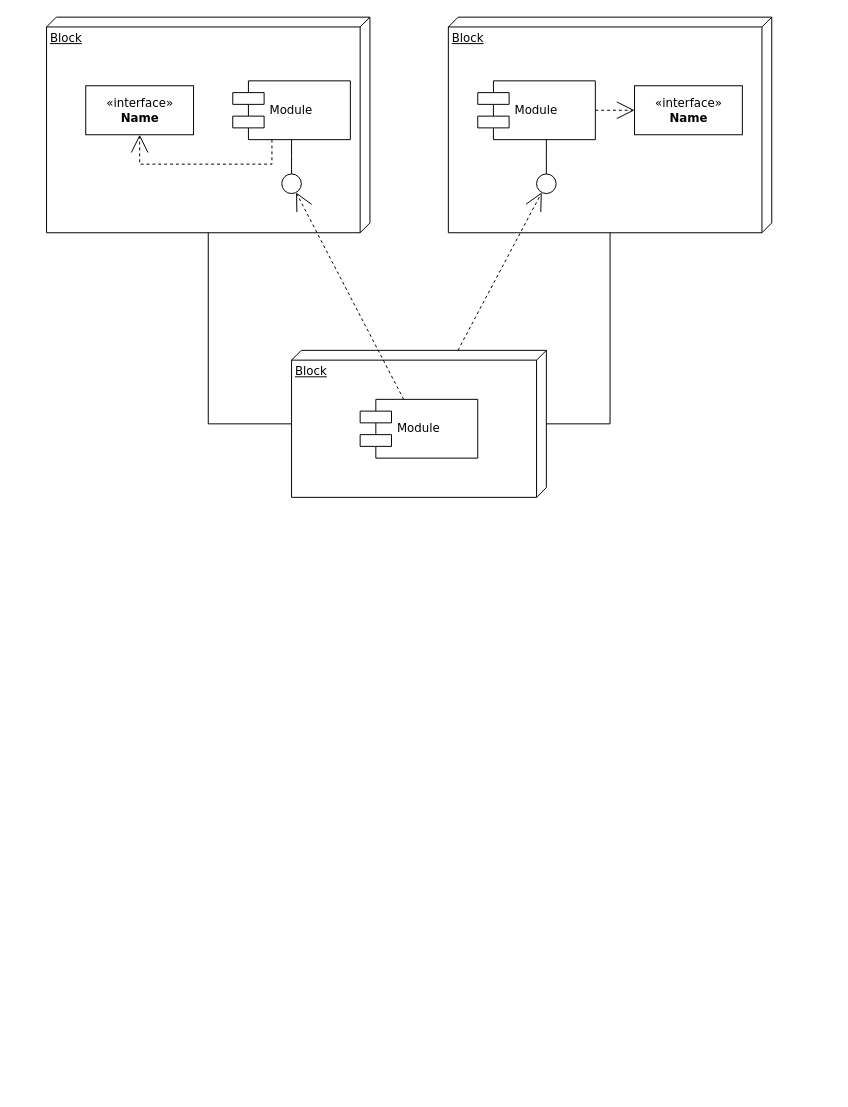
Above: Best Practice/monorepo-component-diagram.drawio in fadlurahmanfdev/draw_io (draw.io), before the change. Source tidied: cells renumbered, new cells numbered last; positions are measured from the earlier drawing's top-left corner, leaving out a move shared by most shapes. Both pictures are drawn from the tidied source at 98%, with x=0, y=0 at pixel (46, 17).
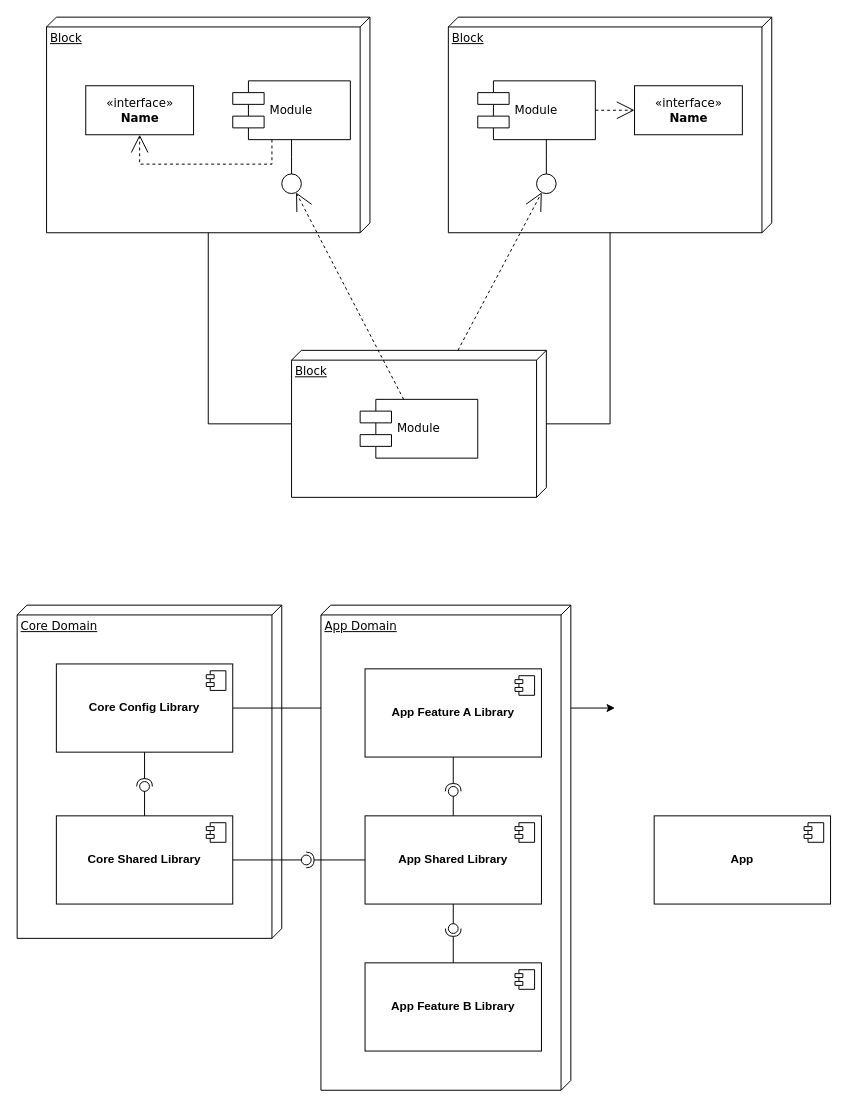
Above is the later version.

Change to the diagram source:
```diff
@@
+    <mxCell id="20" value="Core Domain" style="verticalAlign=top;align=left;spacingTop=8;spacingLeft=2;spacingRight=12;shape=cube;size=10;direction=south;fontStyle=4;html=1;rounded=0;shadow=0;comic=0;labelBackgroundColor=none;strokeWidth=1;fontFamily=Verdana;fontSize=12;" parent="1" vertex="1">
+      <mxGeometry x="-30" y="600" width="270" height="340" as="geometry" />
+    </mxCell>
@@
+    <mxCell id="21" style="edgeStyle=orthogonalEdgeStyle;rounded=0;jettySize=auto;html=1;" parent="1" edge="1" source="22">
+      <mxGeometry relative="1" as="geometry">
+        <mxPoint x="580" y="705" as="targetPoint" />
+      </mxGeometry>
+    </mxCell>
+    <mxCell id="22" value="&lt;b&gt;Core Config Library&lt;/b&gt;" style="html=1;whiteSpace=wrap;" parent="1" vertex="1">
+      <mxGeometry x="10" y="660" width="180" height="90" as="geometry" />
+    </mxCell>
+    <mxCell id="23" style="shape=module;jettyWidth=8;jettyHeight=4;" parent="22" vertex="1">
+      <mxGeometry x="1" width="20" height="20" relative="1" as="geometry">
+        <mxPoint x="-27" y="7" as="offset" />
+      </mxGeometry>
+    </mxCell>
+    <mxCell id="24" value="&lt;b&gt;Core Shared Library&lt;/b&gt;" style="html=1;whiteSpace=wrap;" parent="1" vertex="1">
+      <mxGeometry x="10" y="815" width="180" height="90" as="geometry" />
+    </mxCell>
+    <mxCell id="25" style="shape=module;jettyWidth=8;jettyHeight=4;" parent="24" vertex="1">
+      <mxGeometry x="1" width="20" height="20" relative="1" as="geometry">
+        <mxPoint x="-27" y="7" as="offset" />
+      </mxGeometry>
+    </mxCell>
+    <mxCell id="26" style="rounded=0;jettySize=auto;html=1;endArrow=halfCircle;endFill=0;endSize=6;strokeWidth=1;sketch=0;exitX=0.5;exitY=1;exitDx=0;exitDy=0;" parent="1" edge="1" source="22" target="28">
+      <mxGeometry relative="1" as="geometry" />
+    </mxCell>
+    <mxCell id="27" style="rounded=0;jettySize=auto;html=1;endArrow=oval;endFill=0;sketch=0;sourcePerimeterSpacing=0;targetPerimeterSpacing=0;endSize=10;exitX=0.5;exitY=0;exitDx=0;exitDy=0;" parent="1" edge="1" source="24" target="28">
+      <mxGeometry relative="1" as="geometry" />
+    </mxCell>
+    <mxCell id="28" style="ellipse;whiteSpace=wrap;html=1;align=center;fillColor=none;strokeColor=none;perimeter=centerPerimeter;points=[];outlineConnect=1;rotation=-90;" parent="1" vertex="1">
+      <mxGeometry x="95" y="780" width="10" height="10" as="geometry" />
+    </mxCell>
+    <mxCell id="29" style="ellipse;whiteSpace=wrap;html=1;align=center;fillColor=none;strokeColor=none;perimeter=centerPerimeter;points=[];outlineConnect=1;" parent="1" vertex="1">
+      <mxGeometry x="260" y="855" width="10" height="10" as="geometry" />
+    </mxCell>
+    <mxCell id="30" value="App Domain" style="verticalAlign=top;align=left;spacingTop=8;spacingLeft=2;spacingRight=12;shape=cube;size=10;direction=south;fontStyle=4;html=1;rounded=0;shadow=0;comic=0;labelBackgroundColor=none;strokeWidth=1;fontFamily=Verdana;fontSize=12;" parent="1" vertex="1">
+      <mxGeometry x="280" y="600" width="255" height="495" as="geometry" />
+    </mxCell>
+    <mxCell id="31" value="&lt;b&gt;App Feature A Library&lt;/b&gt;" style="html=1;whiteSpace=wrap;" parent="1" vertex="1">
+      <mxGeometry x="325" y="665" width="180" height="90" as="geometry" />
+    </mxCell>
+    <mxCell id="32" style="shape=module;jettyWidth=8;jettyHeight=4;" parent="31" vertex="1">
+      <mxGeometry x="1" width="20" height="20" relative="1" as="geometry">
+        <mxPoint x="-27" y="7" as="offset" />
+      </mxGeometry>
+    </mxCell>
+    <mxCell id="33" value="&lt;b&gt;App Shared Library&lt;/b&gt;" style="html=1;whiteSpace=wrap;" parent="1" vertex="1">
+      <mxGeometry x="325" y="815" width="180" height="90" as="geometry" />
+    </mxCell>
+    <mxCell id="34" style="shape=module;jettyWidth=8;jettyHeight=4;" parent="33" vertex="1">
+      <mxGeometry x="1" width="20" height="20" relative="1" as="geometry">
+        <mxPoint x="-27" y="7" as="offset" />
+      </mxGeometry>
+    </mxCell>
+    <mxCell id="35" style="rounded=0;jettySize=auto;html=1;endArrow=halfCircle;endFill=0;endSize=6;strokeWidth=1;sketch=0;exitX=0.5;exitY=1;exitDx=0;exitDy=0;" parent="1" edge="1" source="31" target="37">
+      <mxGeometry relative="1" as="geometry" />
+    </mxCell>
+    <mxCell id="36" style="rounded=0;jettySize=auto;html=1;endArrow=oval;endFill=0;sketch=0;sourcePerimeterSpacing=0;targetPerimeterSpacing=0;endSize=10;exitX=0.5;exitY=0;exitDx=0;exitDy=0;" parent="1" edge="1" source="33" target="37">
+      <mxGeometry relative="1" as="geometry" />
+    </mxCell>
+    <mxCell id="37" style="ellipse;whiteSpace=wrap;html=1;align=center;fillColor=none;strokeColor=none;perimeter=centerPerimeter;points=[];outlineConnect=1;rotation=-90;" parent="1" vertex="1">
+      <mxGeometry x="410" y="785" width="10" height="10" as="geometry" />
+    </mxCell>
+    <mxCell id="38" value="&lt;b&gt;App Feature B Library&lt;/b&gt;" style="html=1;whiteSpace=wrap;" parent="1" vertex="1">
+      <mxGeometry x="325" y="965" width="180" height="90" as="geometry" />
+    </mxCell>
+    <mxCell id="39" style="shape=module;jettyWidth=8;jettyHeight=4;" parent="38" vertex="1">
+      <mxGeometry x="1" width="20" height="20" relative="1" as="geometry">
+        <mxPoint x="-27" y="7" as="offset" />
+      </mxGeometry>
+    </mxCell>
+    <mxCell id="40" style="rounded=0;jettySize=auto;html=1;endArrow=halfCircle;endFill=0;endSize=6;strokeWidth=1;sketch=0;exitX=0.5;exitY=0;exitDx=0;exitDy=0;" parent="1" edge="1" source="38" target="42">
+      <mxGeometry relative="1" as="geometry" />
+    </mxCell>
+    <mxCell id="41" style="rounded=0;jettySize=auto;html=1;endArrow=oval;endFill=0;sketch=0;sourcePerimeterSpacing=0;targetPerimeterSpacing=0;endSize=10;exitX=0.5;exitY=1;exitDx=0;exitDy=0;" parent="1" edge="1" source="33" target="42">
+      <mxGeometry relative="1" as="geometry" />
+    </mxCell>
+    <mxCell id="42" style="ellipse;whiteSpace=wrap;html=1;align=center;fillColor=none;strokeColor=none;perimeter=centerPerimeter;points=[];outlineConnect=1;rotation=90;" parent="1" vertex="1">
+      <mxGeometry x="410" y="925" width="10" height="10" as="geometry" />
+    </mxCell>
+    <mxCell id="43" style="rounded=0;jettySize=auto;html=1;endArrow=oval;endFill=0;sketch=0;sourcePerimeterSpacing=0;targetPerimeterSpacing=0;endSize=10;exitX=1;exitY=0.5;exitDx=0;exitDy=0;" parent="1" edge="1" source="24" target="29">
+      <mxGeometry relative="1" as="geometry" />
+    </mxCell>
+    <mxCell id="44" style="rounded=0;jettySize=auto;html=1;endArrow=halfCircle;endFill=0;endSize=6;strokeWidth=1;sketch=0;exitX=0;exitY=0.5;exitDx=0;exitDy=0;" parent="1" edge="1" source="33" target="29">
+      <mxGeometry relative="1" as="geometry" />
+    </mxCell>
+    <mxCell id="45" value="&lt;b&gt;App&lt;/b&gt;" style="html=1;whiteSpace=wrap;" parent="1" vertex="1">
+      <mxGeometry x="620" y="815" width="180" height="90" as="geometry" />
+    </mxCell>
+    <mxCell id="46" style="shape=module;jettyWidth=8;jettyHeight=4;" parent="45" vertex="1">
+      <mxGeometry x="1" width="20" height="20" relative="1" as="geometry">
+        <mxPoint x="-27" y="7" as="offset" />
+      </mxGeometry>
+    </mxCell>
```
